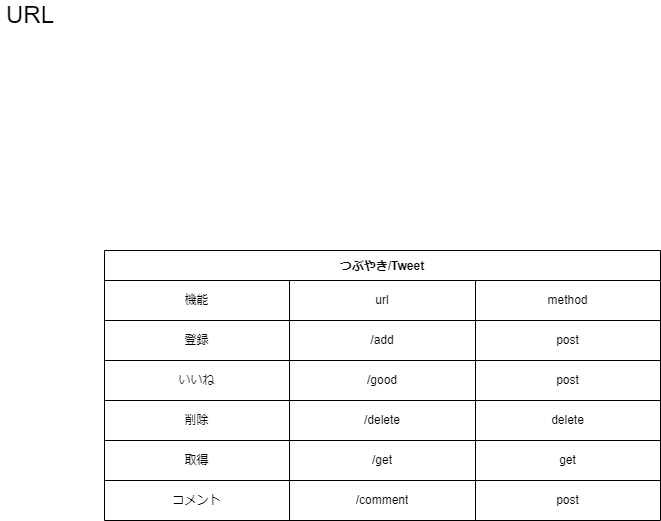
This is 設計/URL.drawio.png from junnichi-tajima/SNS_test, a draw.io export, as it was before one commit. Source tidied: cells renumbered, new cells last; positions are measured from the earlier drawing's top-left corner, leaving out a move shared by most shapes.
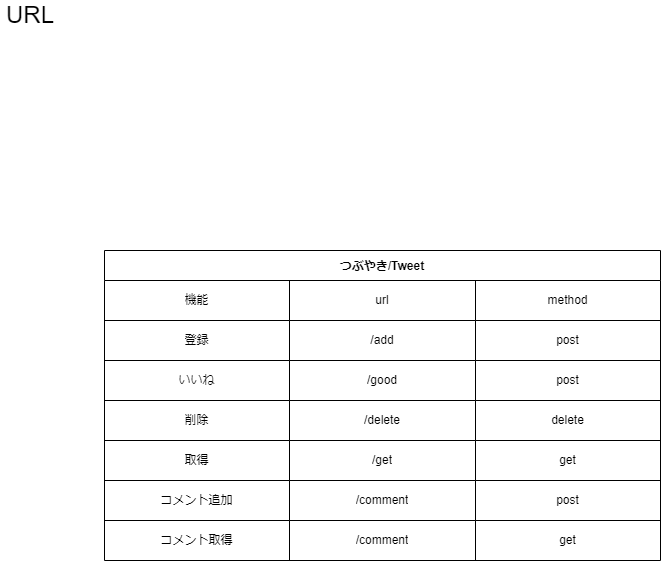
Above is the later version.

The edit, as a diff of the source:
```diff
@@ -3,7 +3,7 @@
     <mxCell id="0" />
     <mxCell id="1" parent="0" />
     <mxCell id="2" value="つぶやき/Tweet" style="shape=table;startSize=30;fontStyle=1;align=center;" parent="1" vertex="1">
-      <mxGeometry x="104" y="250" width="556" height="270" as="geometry" />
+      <mxGeometry x="104" y="250" width="556" height="310" as="geometry" />
     </mxCell>
     <mxCell id="3" style="shape=partialRectangle;html=1;whiteSpace=wrap;fillColor=none;top=0;left=0;bottom=0;right=0;" parent="2" vertex="1">
       <mxGeometry y="30" width="556" height="40" as="geometry" />
@@ -68,7 +68,7 @@
     <mxCell id="23" style="shape=partialRectangle;html=1;whiteSpace=wrap;fillColor=none;top=0;left=0;bottom=0;right=0;" parent="2" vertex="1">
       <mxGeometry y="230" width="556" height="40" as="geometry" />
     </mxCell>
-    <mxCell id="24" value="コメント" style="shape=partialRectangle;html=1;whiteSpace=wrap;fillColor=none;top=0;left=0;bottom=0;right=0;overflow=hidden;" parent="23" vertex="1">
+    <mxCell id="24" value="コメント追加" style="shape=partialRectangle;html=1;whiteSpace=wrap;fillColor=none;top=0;left=0;bottom=0;right=0;overflow=hidden;" parent="23" vertex="1">
       <mxGeometry width="185" height="40" as="geometry" />
     </mxCell>
     <mxCell id="25" value="/comment" style="shape=partialRectangle;html=1;whiteSpace=wrap;fillColor=none;top=0;left=0;bottom=0;right=0;overflow=hidden;" parent="23" vertex="1">
@@ -77,6 +77,18 @@
     <mxCell id="26" value="post" style="shape=partialRectangle;html=1;whiteSpace=wrap;fillColor=none;top=0;left=0;bottom=0;right=0;overflow=hidden;" parent="23" vertex="1">
       <mxGeometry x="371" width="185" height="40" as="geometry" />
     </mxCell>
+    <mxCell id="28" style="shape=partialRectangle;html=1;whiteSpace=wrap;fillColor=none;top=0;left=0;bottom=0;right=0;" parent="2" vertex="1">
+      <mxGeometry y="270" width="556" height="40" as="geometry" />
+    </mxCell>
+    <mxCell id="29" value="コメント取得" style="shape=partialRectangle;html=1;whiteSpace=wrap;fillColor=none;top=0;left=0;bottom=0;right=0;overflow=hidden;" parent="28" vertex="1">
+      <mxGeometry width="185" height="40" as="geometry" />
+    </mxCell>
+    <mxCell id="30" value="/comment" style="shape=partialRectangle;html=1;whiteSpace=wrap;fillColor=none;top=0;left=0;bottom=0;right=0;overflow=hidden;" parent="28" vertex="1">
+      <mxGeometry x="185" width="186" height="40" as="geometry" />
+    </mxCell>
+    <mxCell id="31" value="get" style="shape=partialRectangle;html=1;whiteSpace=wrap;fillColor=none;top=0;left=0;bottom=0;right=0;overflow=hidden;" parent="28" vertex="1">
+      <mxGeometry x="371" width="185" height="40" as="geometry" />
+    </mxCell>
     <mxCell id="27" value="URL" style="text;html=1;strokeColor=none;fillColor=none;align=center;verticalAlign=middle;whiteSpace=wrap;rounded=0;fontSize=24;" parent="1" vertex="1">
       <mxGeometry width="60" height="30" as="geometry" />
     </mxCell>
```
